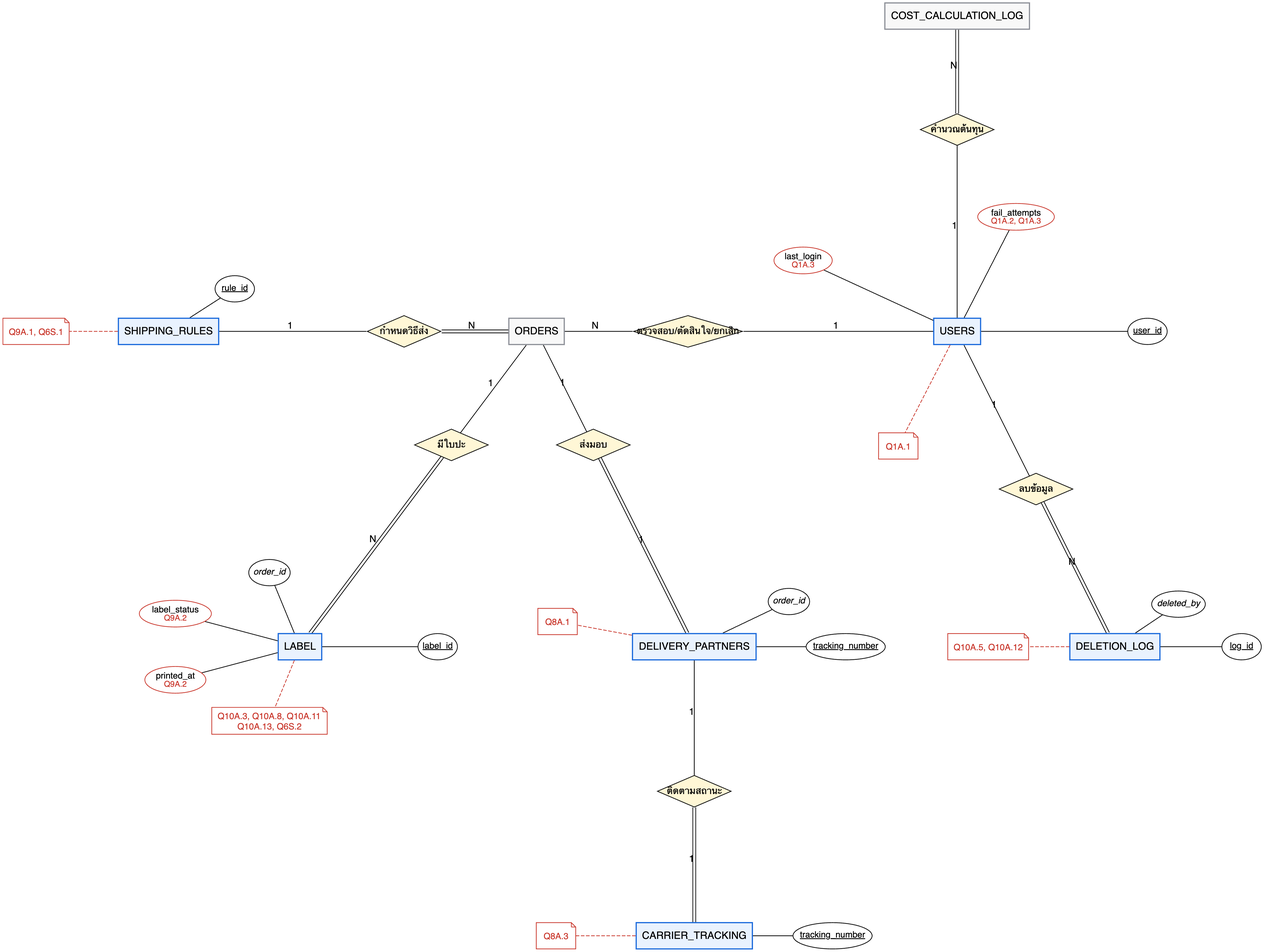
This is 04-chapter2-diagrams-database/diagrams/png/er-query-2.png from xbpkdi/321-sa-proj, a Graphviz export, as it was before one commit. Its source is kept beside it as 04-chapter2-diagrams-database/diagrams/src/er-query-2.dot.
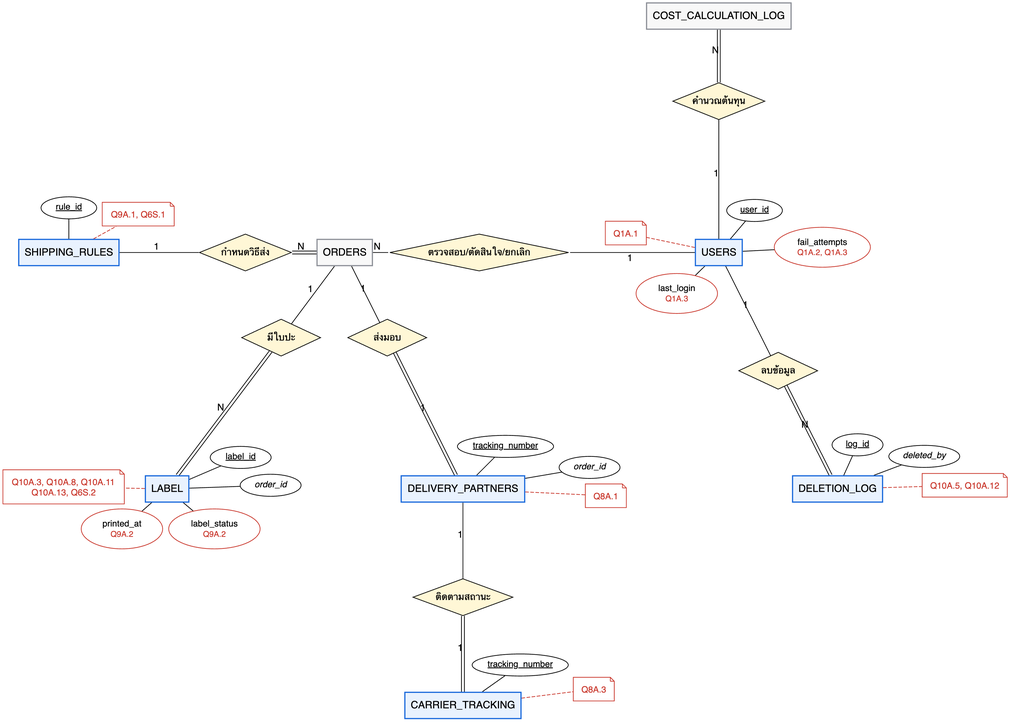
After the change.

Diff of the diagram source:
```diff
@@ -1,71 +1,71 @@
 graph ER {
   layout=neato; overlap=true; splines=line; outputorder=edgesfirst;
   node [fontname="Helvetica", fontsize=14]; edge [fontname="Helvetica", fontsize=13];
-  "users" [pos="8.00,0.00!", shape=box, style="filled", fillcolor="#e9f2fe", color="#1868db", penwidth=1.6, label="USERS"];
-  "users.user_id" [pos="11.62,0.00!", shape=ellipse, label=<<u>user_id</u>>, fontsize=12, margin="0.04,0.02"];
+  "rel0" [pos="7.12,2.88!", shape=diamond, style=filled, fillcolor="#fff7d6", label="คำนวณต้นทุน", fontsize=13, fixedsize=true, width=1.75, height=0.7];
+  "users" -- "rel0" [label="1"];
+  "rel0" -- "cost_calculation_log" [label="N", color="black:invis:black"];
+  "rel1" [pos="-1.89,0.00!", shape=diamond, style=filled, fillcolor="#fff7d6", label="กำหนดวิธีส่ง", fontsize=13, fixedsize=true, width=1.75, height=0.7];
+  "shipping_rules" -- "rel1" [label="1"];
+  "rel1" -- "orders" [label="N", color="black:invis:black"];
+  "rel2" [pos="2.56,0.00!", shape=diamond, style=filled, fillcolor="#fff7d6", label="ตรวจสอบ/ตัดสินใจ/ยกเลิก", fontsize=13, fixedsize=true, width=3.40, height=0.7];
+  "users" -- "rel2" [label="1"];
+  "rel2" -- "orders" [label="N"];
+  "rel3" [pos="-1.21,-1.62!", shape=diamond, style=filled, fillcolor="#fff7d6", label="มีใบปะ", fontsize=13, fixedsize=true, width=1.50, height=0.7];
+  "orders" -- "rel3" [label="1"];
+  "rel3" -- "label" [label="N", color="black:invis:black"];
+  "rel4" [pos="0.81,-1.62!", shape=diamond, style=filled, fillcolor="#fff7d6", label="ส่งมอบ", fontsize=13, fixedsize=true, width=1.50, height=0.7];
+  "orders" -- "rel4" [label="1"];
+  "rel4" -- "delivery_partners" [label="1", color="black:invis:black"];
+  "rel5" [pos="2.25,-6.56!", shape=diamond, style=filled, fillcolor="#fff7d6", label="ติดตามสถานะ", fontsize=13, fixedsize=true, width=1.90, height=0.7];
+  "delivery_partners" -- "rel5" [label="1"];
+  "rel5" -- "carrier_tracking" [label="1", color="black:invis:black"];
+  "rel6" [pos="8.25,-2.25!", shape=diamond, style=filled, fillcolor="#fff7d6", label="ลบข้อมูล", fontsize=13, fixedsize=true, width=1.50, height=0.7];
+  "users" -- "rel6" [label="1"];
+  "rel6" -- "deletion_log" [label="N", color="black:invis:black"];
+  "users" [pos="7.12,0.00!", shape=box, style="filled", fillcolor="#e9f2fe", color="#1868db", penwidth=1.6, label="USERS"];
+  "users.user_id" [pos="7.80,0.80!", shape=ellipse, style=filled, fillcolor=white, label=<<u>user_id</u>>, fontsize=12, fixedsize=true, width=1.06, height=0.42];
   "users" -- "users.user_id";
-  "users.fail_attempts" [pos="9.12,2.18!", shape=ellipse, label=<fail_attempts<br/><font color="#c9372c" point-size="11">Q1A.2, Q1A.3</font>>, fontsize=12, margin="0.04,0.02", color="#c9372c"];
+  "users.fail_attempts" [pos="9.09,0.10!", shape=ellipse, style=filled, fillcolor=white, label=<fail_attempts<br/><font point-size="3"> </font><br/><font color="#c9372c" point-size="11">Q1A.2, Q1A.3</font>>, fontsize=12, fixedsize=true, width=1.83, height=0.76, color="#c9372c"];
   "users" -- "users.fail_attempts";
-  "users.last_login" [pos="5.07,1.35!", shape=ellipse, label=<last_login<br/><font color="#c9372c" point-size="11">Q1A.3</font>>, fontsize=12, margin="0.04,0.02", color="#c9372c"];
+  "users.last_login" [pos="6.32,-0.78!", shape=ellipse, style=filled, fillcolor=white, label=<last_login<br/><font point-size="3"> </font><br/><font color="#c9372c" point-size="11">Q1A.3</font>>, fontsize=12, fixedsize=true, width=1.55, height=0.76, color="#c9372c"];
   "users" -- "users.last_login";
-  "users.__q" [pos="6.88,-2.18!", shape=note, color="#c9372c", fontcolor="#c9372c", fontsize=12, label=<Q1A.1>];
+  "users.__q" [pos="5.35,0.37!", shape=note, color="#c9372c", fontcolor="#c9372c", fontsize=12, fixedsize=true, width=0.78, height=0.45, style=filled, fillcolor=white, label=<Q1A.1>];
   "users" -- "users.__q" [style=dashed, color="#c9372c"];
-  "cost_calculation_log" [pos="8.00,6.00!", shape=box, style="filled", fillcolor="#f8f8f8", color="#8c8f97", penwidth=1.6, label="COST_CALCULATION_LOG"];
-  "shipping_rules" [pos="-7.00,0.00!", shape=box, style="filled", fillcolor="#e9f2fe", color="#1868db", penwidth=1.6, label="SHIPPING_RULES"];
-  "shipping_rules.rule_id" [pos="-5.74,0.81!", shape=ellipse, label=<<u>rule_id</u>>, fontsize=12, margin="0.04,0.02"];
+  "cost_calculation_log" [pos="7.12,4.50!", shape=box, style="filled", fillcolor="#f8f8f8", color="#8c8f97", penwidth=1.6, label="COST_CALCULATION_LOG"];
+  "shipping_rules" [pos="-5.25,0.00!", shape=box, style="filled", fillcolor="#e9f2fe", color="#1868db", penwidth=1.6, label="SHIPPING_RULES"];
+  "shipping_rules.rule_id" [pos="-5.25,0.85!", shape=ellipse, style=filled, fillcolor=white, label=<<u>rule_id</u>>, fontsize=12, fixedsize=true, width=1.06, height=0.42];
   "shipping_rules" -- "shipping_rules.rule_id";
-  "shipping_rules.__q" [pos="-9.52,0.00!", shape=note, color="#c9372c", fontcolor="#c9372c", fontsize=12, label=<Q9A.1, Q6S.1>];
+  "shipping_rules.__q" [pos="-3.93,0.73!", shape=note, color="#c9372c", fontcolor="#c9372c", fontsize=12, fixedsize=true, width=1.37, height=0.45, style=filled, fillcolor=white, label=<Q9A.1, Q6S.1>];
   "shipping_rules" -- "shipping_rules.__q" [style=dashed, color="#c9372c"];
   "orders" [pos="0.00,0.00!", shape=box, style="filled", fillcolor="#f8f8f8", color="#8c8f97", penwidth=1.6, label="ORDERS"];
-  "label" [pos="-4.50,-6.00!", shape=box, style="filled", fillcolor="#e9f2fe", color="#1868db", penwidth=1.6, label="LABEL"];
-  "label.label_id" [pos="-1.88,-6.00!", shape=ellipse, label=<<u>label_id</u>>, fontsize=12, margin="0.04,0.02"];
+  "label" [pos="-3.38,-4.50!", shape=box, style="filled", fillcolor="#e9f2fe", color="#1868db", penwidth=1.6, label="LABEL"];
+  "label.label_id" [pos="-1.98,-3.90!", shape=ellipse, style=filled, fillcolor=white, label=<<u>label_id</u>>, fontsize=12, fixedsize=true, width=1.16, height=0.42];
   "label" -- "label.label_id";
-  "label.order_id" [pos="-5.08,-4.59!", shape=ellipse, label=<<i>order_id</i>>, fontsize=12, margin="0.04,0.02"];
+  "label.order_id" [pos="-1.41,-4.43!", shape=ellipse, style=filled, fillcolor=white, label=<<i>order_id</i>>, fontsize=12, fixedsize=true, width=1.16, height=0.42];
   "label" -- "label.order_id";
-  "label.label_status" [pos="-6.87,-5.37!", shape=ellipse, label=<label_status<br/><font color="#c9372c" point-size="11">Q9A.2</font>>, fontsize=12, margin="0.04,0.02", color="#c9372c"];
+  "label.label_status" [pos="-2.48,-5.26!", shape=ellipse, style=filled, fillcolor=white, label=<label_status<br/><font point-size="3"> </font><br/><font color="#c9372c" point-size="11">Q9A.2</font>>, fontsize=12, fixedsize=true, width=1.74, height=0.76, color="#c9372c"];
   "label" -- "label.label_status";
-  "label.printed_at" [pos="-6.87,-6.63!", shape=ellipse, label=<printed_at<br/><font color="#c9372c" point-size="11">Q9A.2</font>>, fontsize=12, margin="0.04,0.02", color="#c9372c"];
+  "label.printed_at" [pos="-4.24,-5.26!", shape=ellipse, style=filled, fillcolor=white, label=<printed_at<br/><font point-size="3"> </font><br/><font color="#c9372c" point-size="11">Q9A.2</font>>, fontsize=12, fixedsize=true, width=1.55, height=0.76, color="#c9372c"];
   "label" -- "label.printed_at";
-  "label.__q" [pos="-5.08,-7.41!", shape=note, color="#c9372c", fontcolor="#c9372c", fontsize=12, label=<Q10A.3, Q10A.8, Q10A.11<br/>Q10A.13, Q6S.2>];
+  "label.__q" [pos="-5.35,-4.46!", shape=note, color="#c9372c", fontcolor="#c9372c", fontsize=12, fixedsize=true, width=2.31, height=0.65, style=filled, fillcolor=white, label=<Q10A.3, Q10A.8, Q10A.11<br/>Q10A.13, Q6S.2>];
   "label" -- "label.__q" [style=dashed, color="#c9372c"];
-  "delivery_partners" [pos="3.00,-6.00!", shape=box, style="filled", fillcolor="#e9f2fe", color="#1868db", penwidth=1.6, label="DELIVERY_PARTNERS"];
-  "delivery_partners.tracking_number" [pos="5.88,-6.00!", shape=ellipse, label=<<u>tracking_number</u>>, fontsize=12, margin="0.04,0.02"];
+  "delivery_partners" [pos="2.25,-4.50!", shape=box, style="filled", fillcolor="#e9f2fe", color="#1868db", penwidth=1.6, label="DELIVERY_PARTNERS"];
+  "delivery_partners.tracking_number" [pos="3.06,-3.69!", shape=ellipse, style=filled, fillcolor=white, label=<<u>tracking_number</u>>, fontsize=12, fixedsize=true, width=1.83, height=0.42];
   "delivery_partners" -- "delivery_partners.tracking_number";
-  "delivery_partners.order_id" [pos="4.80,-5.14!", shape=ellipse, label=<<i>order_id</i>>, fontsize=12, margin="0.04,0.02"];
+  "delivery_partners.order_id" [pos="4.66,-4.09!", shape=ellipse, style=filled, fillcolor=white, label=<<i>order_id</i>>, fontsize=12, fixedsize=true, width=1.16, height=0.42];
   "delivery_partners" -- "delivery_partners.order_id";
-  "delivery_partners.__q" [pos="0.40,-5.52!", shape=note, color="#c9372c", fontcolor="#c9372c", fontsize=12, label=<Q8A.1>];
+  "delivery_partners.__q" [pos="4.97,-4.63!", shape=note, color="#c9372c", fontcolor="#c9372c", fontsize=12, fixedsize=true, width=0.78, height=0.45, style=filled, fillcolor=white, label=<Q8A.1>];
   "delivery_partners" -- "delivery_partners.__q" [style=dashed, color="#c9372c"];
-  "carrier_tracking" [pos="3.00,-11.50!", shape=box, style="filled", fillcolor="#e9f2fe", color="#1868db", penwidth=1.6, label="CARRIER_TRACKING"];
-  "carrier_tracking.tracking_number" [pos="5.63,-11.50!", shape=ellipse, label=<<u>tracking_number</u>>, fontsize=12, margin="0.04,0.02"];
+  "carrier_tracking" [pos="2.25,-8.62!", shape=box, style="filled", fillcolor="#e9f2fe", color="#1868db", penwidth=1.6, label="CARRIER_TRACKING"];
+  "carrier_tracking.tracking_number" [pos="3.34,-7.85!", shape=ellipse, style=filled, fillcolor=white, label=<<u>tracking_number</u>>, fontsize=12, fixedsize=true, width=1.83, height=0.42];
   "carrier_tracking" -- "carrier_tracking.tracking_number";
-  "carrier_tracking.__q" [pos="0.37,-11.50!", shape=note, color="#c9372c", fontcolor="#c9372c", fontsize=12, label=<Q8A.3>];
+  "carrier_tracking.__q" [pos="4.74,-8.31!", shape=note, color="#c9372c", fontcolor="#c9372c", fontsize=12, fixedsize=true, width=0.78, height=0.45, style=filled, fillcolor=white, label=<Q8A.3>];
   "carrier_tracking" -- "carrier_tracking.__q" [style=dashed, color="#c9372c"];
-  "deletion_log" [pos="11.00,-6.00!", shape=box, style="filled", fillcolor="#e9f2fe", color="#1868db", penwidth=1.6, label="DELETION_LOG"];
-  "deletion_log.log_id" [pos="13.41,-6.00!", shape=ellipse, label=<<u>log_id</u>>, fontsize=12, margin="0.04,0.02"];
+  "deletion_log" [pos="9.38,-4.50!", shape=box, style="filled", fillcolor="#e9f2fe", color="#1868db", penwidth=1.6, label="DELETION_LOG"];
+  "deletion_log.log_id" [pos="9.76,-3.66!", shape=ellipse, style=filled, fillcolor=white, label=<<u>log_id</u>>, fontsize=12, fixedsize=true, width=0.97, height=0.42];
   "deletion_log" -- "deletion_log.log_id";
-  "deletion_log.deleted_by" [pos="12.21,-5.19!", shape=ellipse, label=<<i>deleted_by</i>>, fontsize=12, margin="0.04,0.02"];
+  "deletion_log.deleted_by" [pos="11.03,-3.88!", shape=ellipse, style=filled, fillcolor=white, label=<<i>deleted_by</i>>, fontsize=12, fixedsize=true, width=1.35, height=0.42];
   "deletion_log" -- "deletion_log.deleted_by";
-  "deletion_log.__q" [pos="8.59,-6.00!", shape=note, color="#c9372c", fontcolor="#c9372c", fontsize=12, label=<Q10A.5, Q10A.12>];
+  "deletion_log.__q" [pos="11.80,-4.43!", shape=note, color="#c9372c", fontcolor="#c9372c", fontsize=12, fixedsize=true, width=1.62, height=0.45, style=filled, fillcolor=white, label=<Q10A.5, Q10A.12>];
   "deletion_log" -- "deletion_log.__q" [style=dashed, color="#c9372c"];
-  "rel0" [pos="8.00,3.84!", shape=diamond, style=filled, fillcolor="#fff7d6", label="คำนวณต้นทุน", fontsize=13, fixedsize=true, width=1.40, height=0.6];
-  "users" -- "rel0" [label="1"];
-  "rel0" -- "cost_calculation_log" [label="N", color="black:invis:black"];
-  "rel1" [pos="-2.52,0.00!", shape=diamond, style=filled, fillcolor="#fff7d6", label="กำหนดวิธีส่ง", fontsize=13, fixedsize=true, width=1.40, height=0.6];
-  "shipping_rules" -- "rel1" [label="1"];
-  "rel1" -- "orders" [label="N", color="black:invis:black"];
-  "rel2" [pos="2.88,0.00!", shape=diamond, style=filled, fillcolor="#fff7d6", label="ตรวจสอบ/ตัดสินใจ/ยกเลิก", fontsize=13, fixedsize=true, width=2.07, height=0.6];
-  "users" -- "rel2" [label="1"];
-  "rel2" -- "orders" [label="N"];
-  "rel3" [pos="-1.62,-2.16!", shape=diamond, style=filled, fillcolor="#fff7d6", label="มีใบปะ", fontsize=13, fixedsize=true, width=1.40, height=0.6];
-  "orders" -- "rel3" [label="1"];
-  "rel3" -- "label" [label="N", color="black:invis:black"];
-  "rel4" [pos="1.08,-2.16!", shape=diamond, style=filled, fillcolor="#fff7d6", label="ส่งมอบ", fontsize=13, fixedsize=true, width=1.40, height=0.6];
-  "orders" -- "rel4" [label="1"];
-  "rel4" -- "delivery_partners" [label="1", color="black:invis:black"];
-  "rel5" [pos="3.00,-8.75!", shape=diamond, style=filled, fillcolor="#fff7d6", label="ติดตามสถานะ", fontsize=13, fixedsize=true, width=1.40, height=0.6];
-  "delivery_partners" -- "rel5" [label="1"];
-  "rel5" -- "carrier_tracking" [label="1", color="black:invis:black"];
-  "rel6" [pos="9.50,-3.00!", shape=diamond, style=filled, fillcolor="#fff7d6", label="ลบข้อมูล", fontsize=13, fixedsize=true, width=1.40, height=0.6];
-  "users" -- "rel6" [label="1"];
-  "rel6" -- "deletion_log" [label="N", color="black:invis:black"];
 }
```
